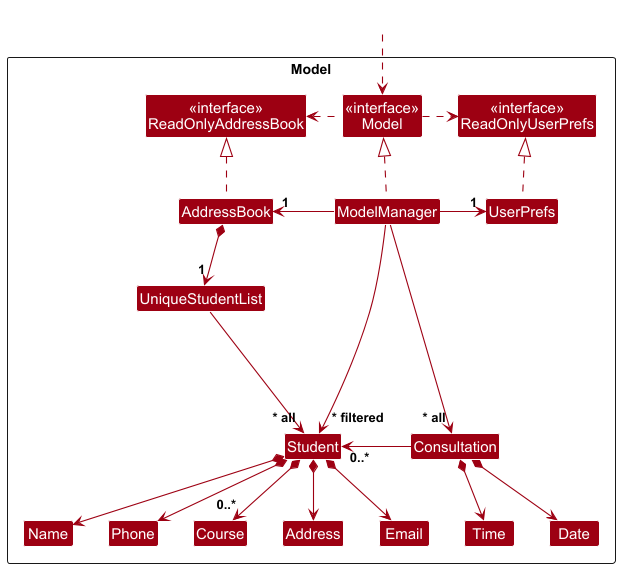
This is docs/images/ModelClassDiagram.png from nus-cs2103-AY2425S1/tp, a PlantUML export, as it was before one commit. Its diagram source:
```plantuml
@startuml
!include style.puml
skinparam arrowThickness 1.1
skinparam arrowColor MODEL_COLOR
skinparam classBackgroundColor MODEL_COLOR

Package Model as ModelPackage <<Rectangle>>{
Class "<<interface>>\nReadOnlyAddressBook" as ReadOnlyAddressBook
Class "<<interface>>\nReadOnlyUserPrefs" as ReadOnlyUserPrefs
Class "<<interface>>\nModel" as Model
Class AddressBook
Class ModelManager
Class UserPrefs

Class UniqueStudentList
Class Student
Class Address
Class Email
Class Name
Class Phone
Class Course

Class Consultation
Class Date
Class Time

Class I #FFFFFF
}

Class HiddenOutside #FFFFFF
HiddenOutside ..> Model

AddressBook .up.|> ReadOnlyAddressBook

ModelManager .up.|> Model
Model .right.> ReadOnlyUserPrefs
Model .left.> ReadOnlyAddressBook
ModelManager -left-> "1" AddressBook
ModelManager -right-> "1" UserPrefs
UserPrefs .up.|> ReadOnlyUserPrefs

AddressBook *--> "1" UniqueStudentList
ModelManager --> "~* all" Consultation
UniqueStudentList --> "~* all" Student
Student *--> Name
Student *--> Phone
Student *--> Email
Student *--> Address
Student *--> "0..*" Course


Consultation *--> Date
Consultation *--> Time
Consultation -left-> "0..*" Student

Student -[hidden]up--> I
UniqueStudentList -[hidden]right-> I

Name -[hidden]right-> Phone
Phone -[hidden]right-> Address
Address -[hidden]right-> Email

ModelManager --> "~* filtered" Student
@enduml
```
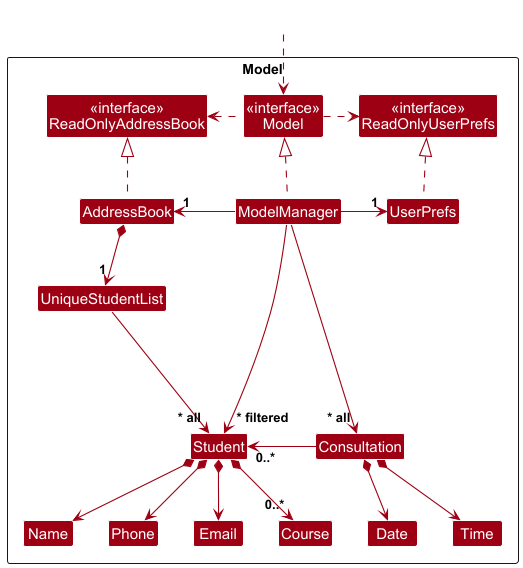
Later version of the same file.

Commit message:
Remove address from student

The edit, as a diff of the source:
```diff
@@ -14,7 +14,6 @@
 
 Class UniqueStudentList
 Class Student
-Class Address
 Class Email
 Class Name
 Class Phone
@@ -45,7 +44,6 @@
 Student *--> Name
 Student *--> Phone
 Student *--> Email
-Student *--> Address
 Student *--> "0..*" Course
 
 
@@ -57,8 +55,8 @@
 UniqueStudentList -[hidden]right-> I
 
 Name -[hidden]right-> Phone
-Phone -[hidden]right-> Address
-Address -[hidden]right-> Email
+Phone -[hidden]right-> Date
+Date -[hidden]right-> Time
 
 ModelManager --> "~* filtered" Student
 @enduml
```
